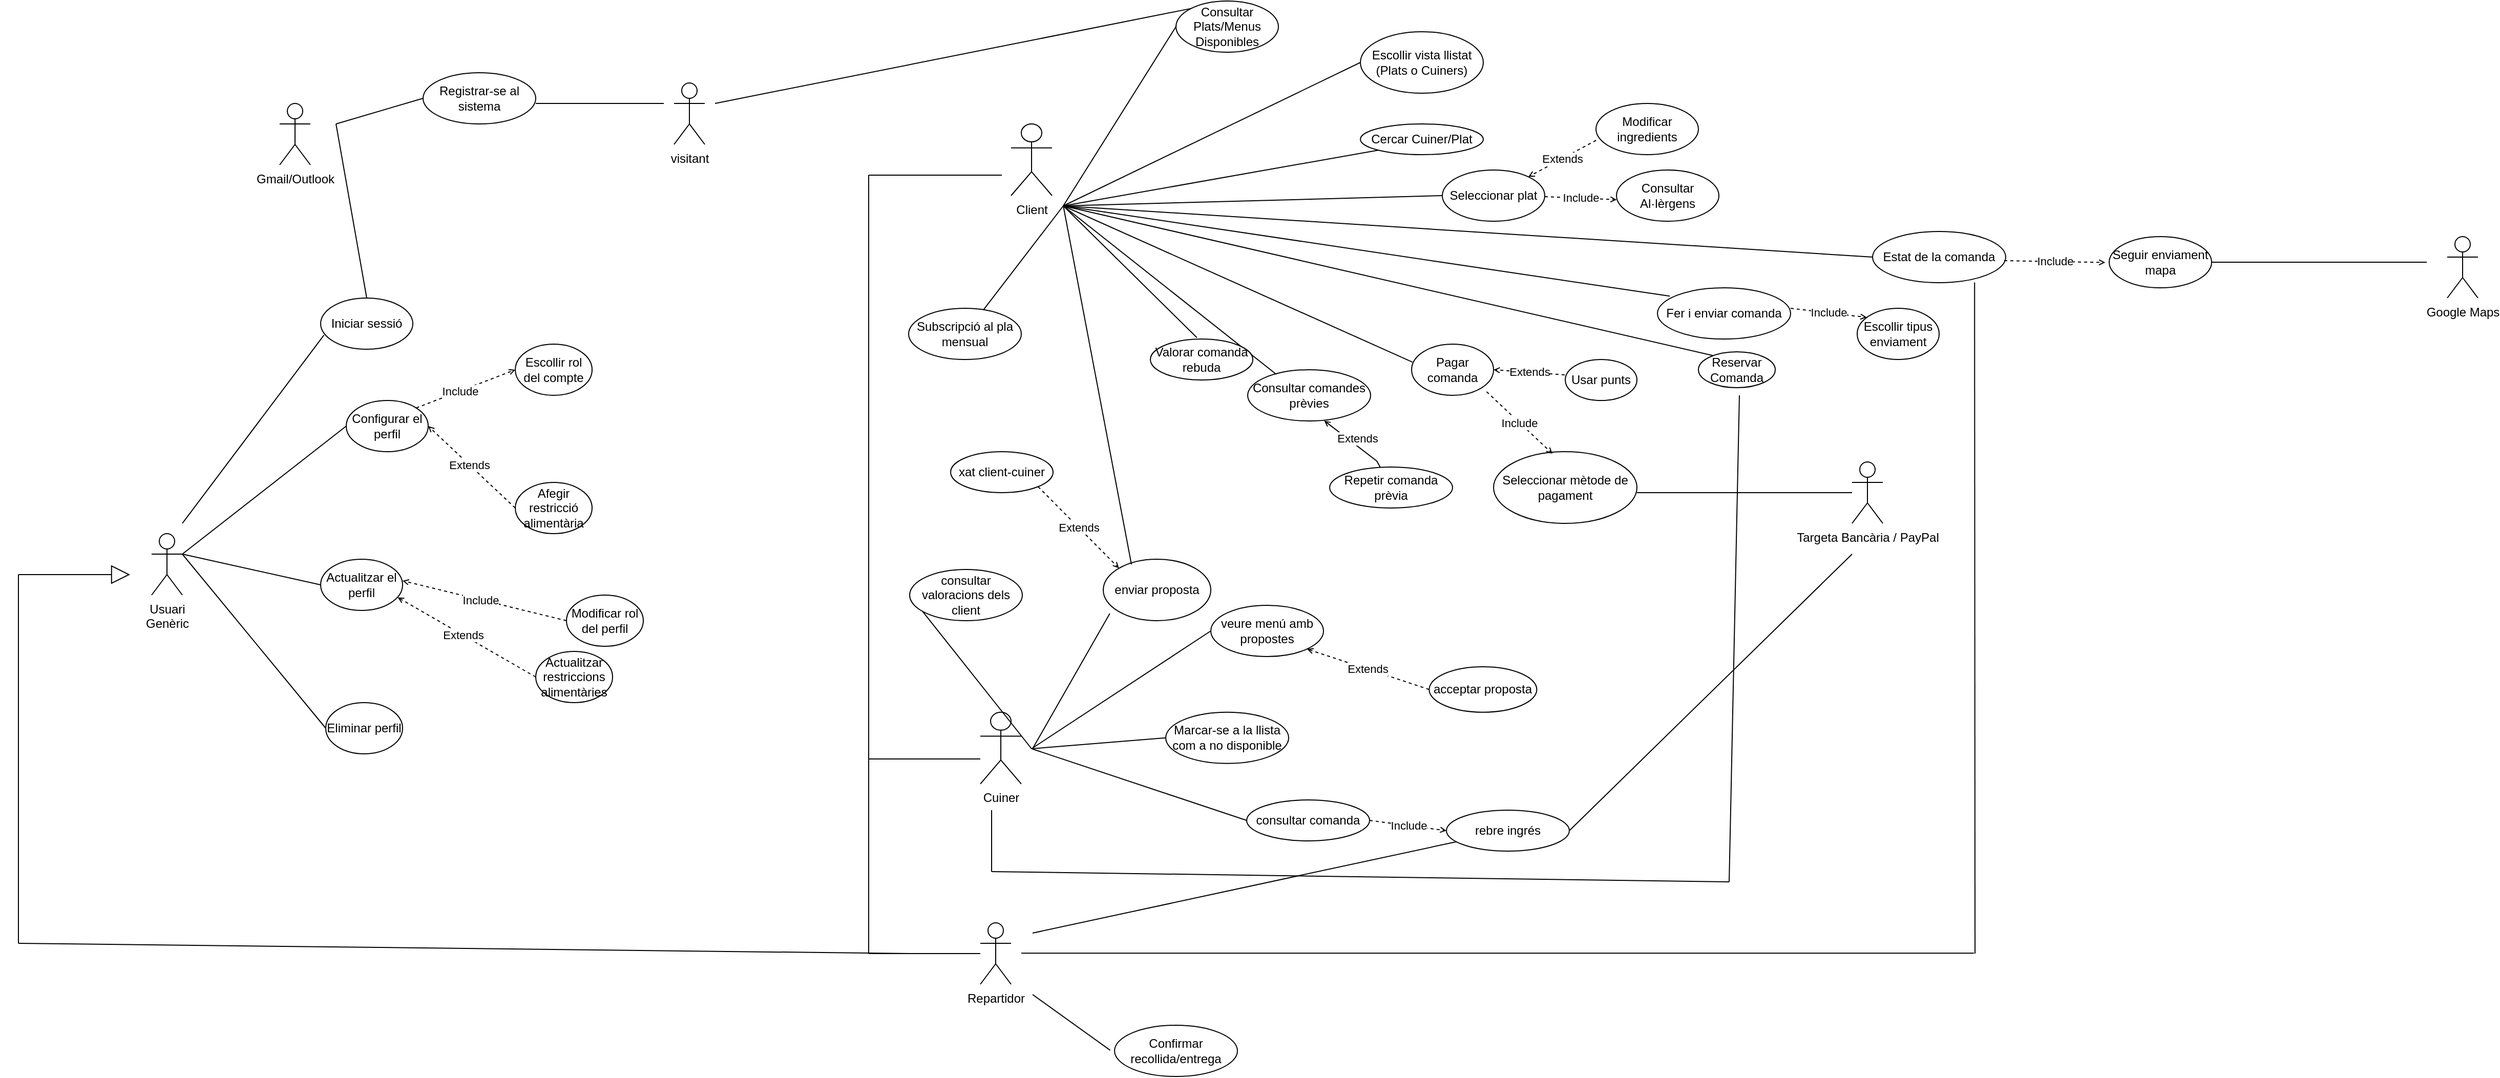
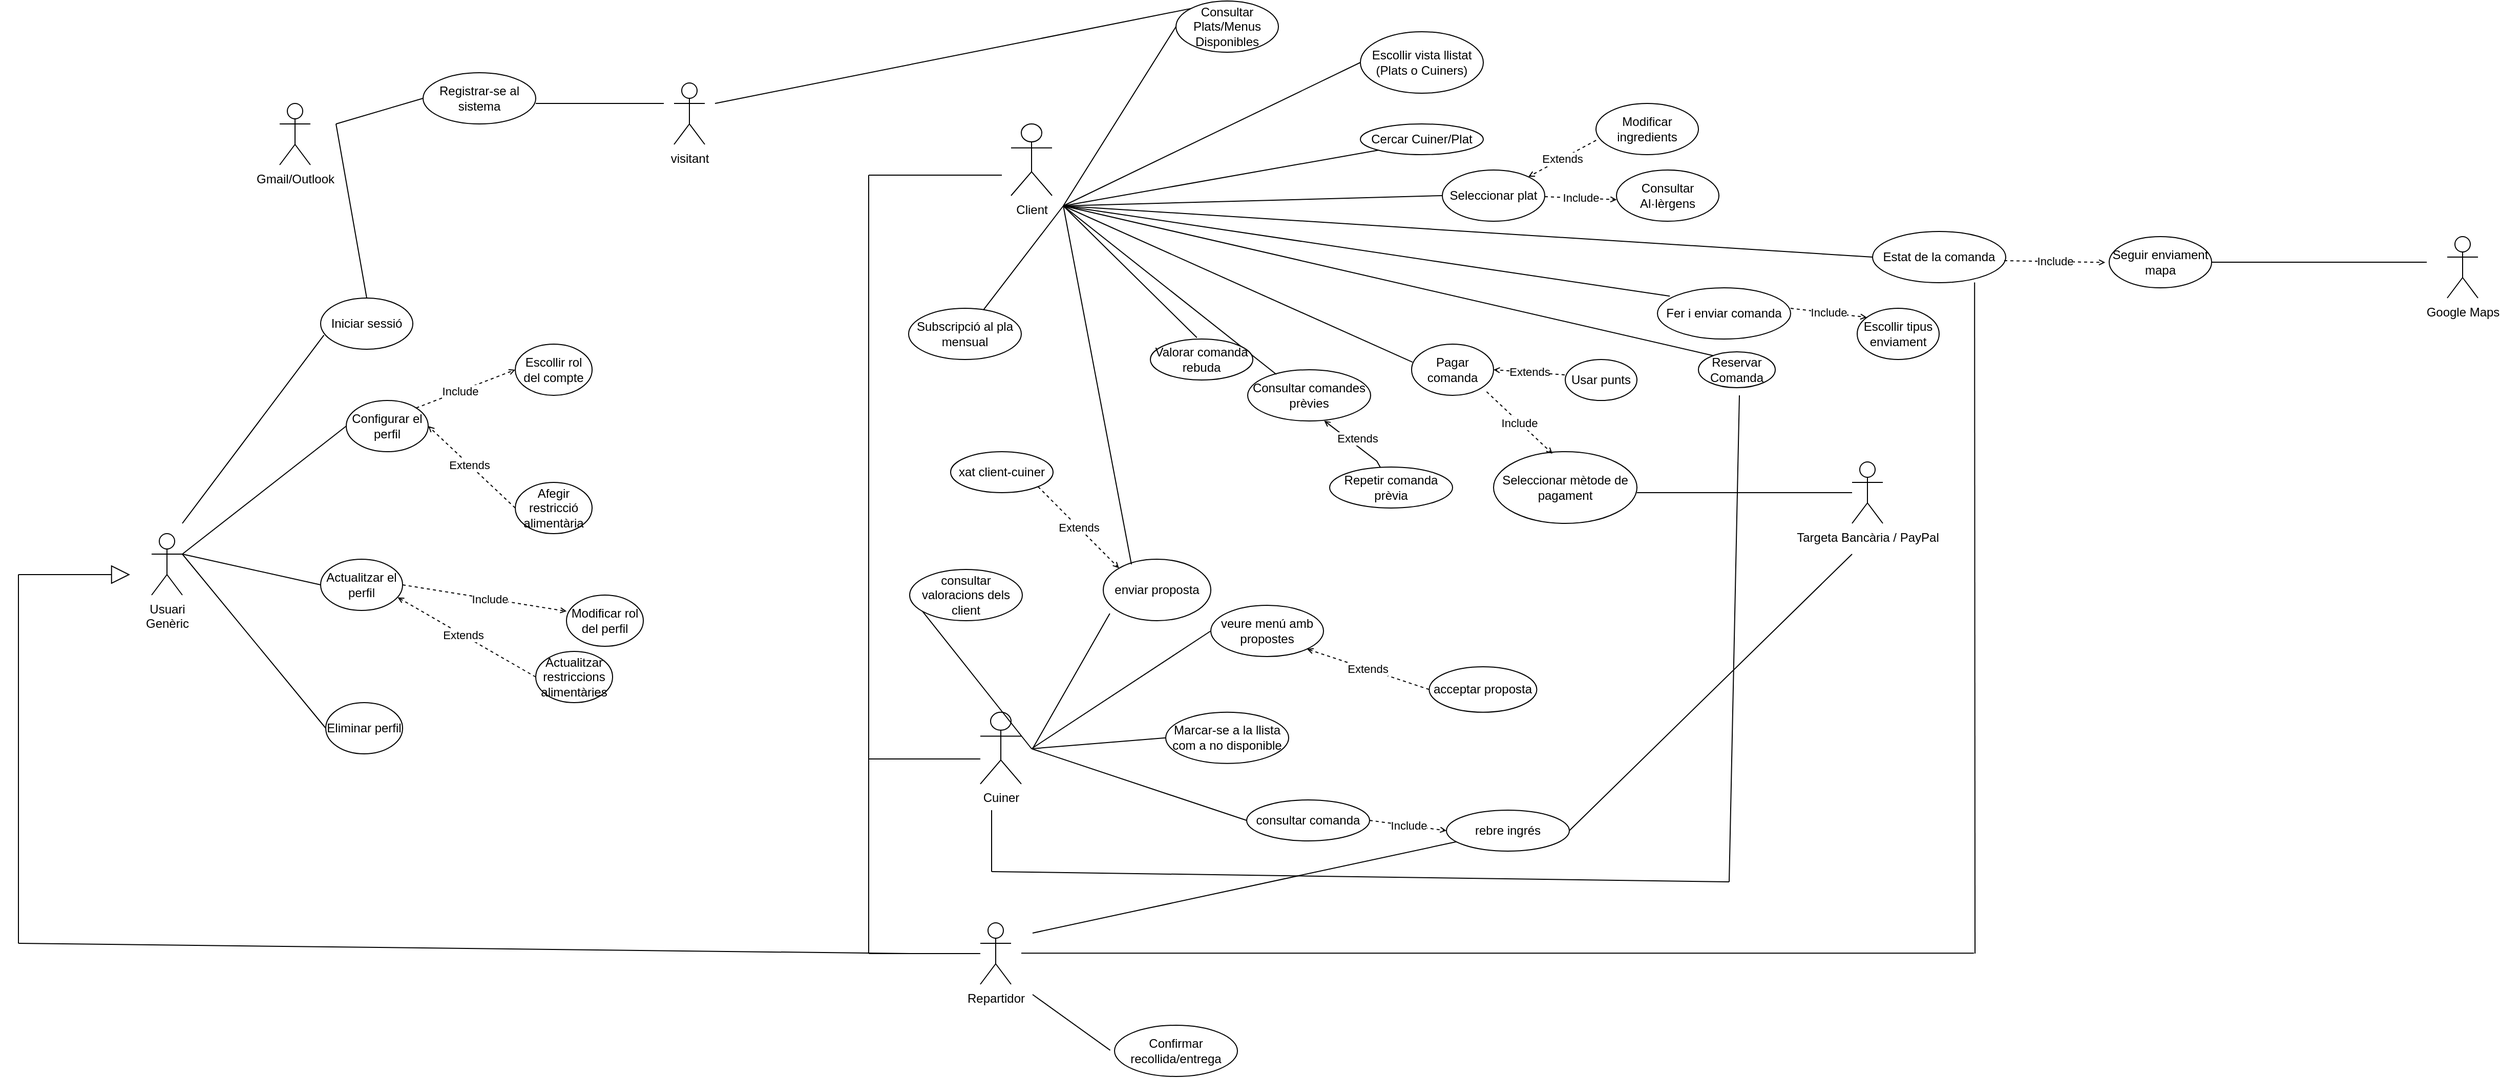
<mxfile host="Electron">
  <diagram name="Página-1" id="0Nidf0E8mdSC4pQg_gNM">
-     <mxGraphModel dx="1815" dy="678" grid="1" gridSize="10" guides="1" tooltips="1" connect="1" arrows="1" fold="1" page="1" pageScale="1" pageWidth="827" pageHeight="1169" math="0" shadow="0">
+     <mxGraphModel dx="1486" dy="452" grid="1" gridSize="10" guides="1" tooltips="1" connect="1" arrows="1" fold="1" page="1" pageScale="1" pageWidth="827" pageHeight="1169" math="0" shadow="0">
      <root>
        <mxCell id="0" />
        <mxCell id="1" parent="0" />
        <mxCell id="X34j-RmaQOBkDingt3nB-1" parent="1" style="shape=umlActor;verticalLabelPosition=bottom;verticalAlign=top;html=1;outlineConnect=0;direction=east;" value="visitant" vertex="1">
          <mxGeometry height="60" width="30" x="540" y="110" as="geometry" />
        </mxCell>
        <mxCell id="X34j-RmaQOBkDingt3nB-2" parent="1" style="ellipse;whiteSpace=wrap;html=1;" value="Registrar-se al sistema" vertex="1">
          <mxGeometry height="50" width="110" x="295" y="100" as="geometry" />
        </mxCell>
        <mxCell id="X34j-RmaQOBkDingt3nB-6" parent="1" style="shape=umlActor;verticalLabelPosition=bottom;verticalAlign=top;html=1;outlineConnect=0;" value="Gmail/Outlook" vertex="1">
          <mxGeometry height="60" width="30" x="155" y="130" as="geometry" />
        </mxCell>
        <mxCell id="X34j-RmaQOBkDingt3nB-8" edge="1" parent="1" source="X34j-RmaQOBkDingt3nB-9" style="edgeStyle=none;shape=connector;rounded=0;orthogonalLoop=1;jettySize=auto;html=1;exitX=1;exitY=0.3333333333333333;exitDx=0;exitDy=0;entryX=0;entryY=0.5;entryDx=0;entryDy=0;strokeColor=default;align=center;verticalAlign=middle;fontFamily=Helvetica;fontSize=11;fontColor=default;labelBackgroundColor=default;endArrow=none;endFill=0;exitPerimeter=0;" target="X34j-RmaQOBkDingt3nB-18">
          <mxGeometry relative="1" as="geometry" />
        </mxCell>
        <mxCell id="X34j-RmaQOBkDingt3nB-9" parent="1" style="shape=umlActor;verticalLabelPosition=bottom;verticalAlign=top;html=1;outlineConnect=0;direction=east;" value="Usuari&lt;div&gt;Genèric&lt;/div&gt;" vertex="1">
          <mxGeometry height="60" width="30" x="30" y="550" as="geometry" />
        </mxCell>
        <mxCell id="X34j-RmaQOBkDingt3nB-16" edge="1" parent="1" source="X34j-RmaQOBkDingt3nB-22" style="edgeStyle=none;shape=connector;rounded=0;orthogonalLoop=1;jettySize=auto;html=1;exitX=0;exitY=0.5;exitDx=0;exitDy=0;entryX=1;entryY=0.5;entryDx=0;entryDy=0;strokeColor=default;align=center;verticalAlign=middle;fontFamily=Helvetica;fontSize=11;fontColor=default;labelBackgroundColor=default;endArrow=open;endFill=0;endSize=4;dashed=1;" target="X34j-RmaQOBkDingt3nB-18">
          <mxGeometry relative="1" as="geometry" />
        </mxCell>
        <mxCell id="X34j-RmaQOBkDingt3nB-17" connectable="0" parent="X34j-RmaQOBkDingt3nB-16" style="edgeLabel;html=1;align=center;verticalAlign=middle;points=[];fontFamily=Helvetica;fontSize=11;fontColor=default;labelBackgroundColor=default;rounded=0;strokeColor=default;" value="Extends" vertex="1">
          <mxGeometry relative="1" x="0.0587" as="geometry">
            <mxPoint as="offset" />
          </mxGeometry>
        </mxCell>
        <mxCell id="X34j-RmaQOBkDingt3nB-18" parent="1" style="ellipse;whiteSpace=wrap;html=1;direction=east;" value="Configurar el perfil" vertex="1">
          <mxGeometry height="50" width="80" x="220" y="420" as="geometry" />
        </mxCell>
        <mxCell id="X34j-RmaQOBkDingt3nB-21" parent="1" style="ellipse;whiteSpace=wrap;html=1;direction=east;" value="Escollir rol del compte" vertex="1">
          <mxGeometry height="50" width="75" x="385" y="365" as="geometry" />
        </mxCell>
        <mxCell id="X34j-RmaQOBkDingt3nB-22" parent="1" style="ellipse;whiteSpace=wrap;html=1;direction=east;" value="Afegir restricció alimentària" vertex="1">
          <mxGeometry height="50" width="75" x="385" y="500" as="geometry" />
        </mxCell>
        <mxCell id="X34j-RmaQOBkDingt3nB-23" edge="1" parent="1" source="X34j-RmaQOBkDingt3nB-24" style="edgeStyle=none;shape=connector;rounded=0;orthogonalLoop=1;jettySize=auto;html=1;exitX=0;exitY=0.5;exitDx=0;exitDy=0;strokeColor=default;align=center;verticalAlign=middle;fontFamily=Helvetica;fontSize=11;fontColor=default;labelBackgroundColor=default;endArrow=none;endFill=0;entryX=0;entryY=0.5;entryDx=0;entryDy=0;">
          <mxGeometry relative="1" as="geometry">
            <mxPoint x="60" y="570" as="targetPoint" />
          </mxGeometry>
        </mxCell>
        <mxCell id="X34j-RmaQOBkDingt3nB-24" parent="1" style="ellipse;whiteSpace=wrap;html=1;direction=east;" value="Eliminar perfil" vertex="1">
          <mxGeometry height="50" width="75" x="200" y="715" as="geometry" />
        </mxCell>
        <mxCell id="X34j-RmaQOBkDingt3nB-25" edge="1" parent="1" source="X34j-RmaQOBkDingt3nB-42" style="edgeStyle=none;shape=connector;rounded=0;orthogonalLoop=1;jettySize=auto;html=1;exitX=0;exitY=0.5;exitDx=0;exitDy=0;entryX=1;entryY=0.3333333333333333;entryDx=0;entryDy=0;strokeColor=default;align=center;verticalAlign=middle;fontFamily=Helvetica;fontSize=11;fontColor=default;labelBackgroundColor=default;endArrow=none;endFill=0;entryPerimeter=0;" target="X34j-RmaQOBkDingt3nB-9">
          <mxGeometry relative="1" as="geometry">
            <mxPoint x="230.00000000000136" y="845" as="sourcePoint" />
          </mxGeometry>
        </mxCell>
        <mxCell id="X34j-RmaQOBkDingt3nB-26" edge="1" parent="1" style="edgeStyle=none;shape=connector;rounded=0;orthogonalLoop=1;jettySize=auto;html=1;exitX=1;exitY=0.5;exitDx=0;exitDy=0;entryX=0;entryY=0.5;entryDx=0;entryDy=0;strokeColor=default;align=center;verticalAlign=middle;fontFamily=Helvetica;fontSize=11;fontColor=default;labelBackgroundColor=default;endArrow=open;endFill=0;endSize=4;">
          <mxGeometry relative="1" as="geometry">
            <mxPoint x="549.9999999999795" y="350" as="sourcePoint" />
          </mxGeometry>
        </mxCell>
        <mxCell id="X34j-RmaQOBkDingt3nB-38" edge="1" parent="1" source="X34j-RmaQOBkDingt3nB-46" style="edgeStyle=none;shape=connector;rounded=0;orthogonalLoop=1;jettySize=auto;html=1;exitX=0;exitY=0.5;exitDx=0;exitDy=0;entryX=0.94;entryY=0.744;entryDx=0;entryDy=0;strokeColor=default;align=center;verticalAlign=middle;fontFamily=Helvetica;fontSize=11;fontColor=default;labelBackgroundColor=default;endArrow=open;endFill=0;endSize=4;dashed=1;entryPerimeter=0;" target="X34j-RmaQOBkDingt3nB-42">
          <mxGeometry relative="1" as="geometry" />
        </mxCell>
        <mxCell id="X34j-RmaQOBkDingt3nB-39" connectable="0" parent="X34j-RmaQOBkDingt3nB-38" style="edgeLabel;html=1;align=center;verticalAlign=middle;points=[];fontFamily=Helvetica;fontSize=11;fontColor=default;labelBackgroundColor=default;rounded=0;strokeColor=default;" value="Extends" vertex="1">
          <mxGeometry relative="1" x="0.0587" as="geometry">
            <mxPoint as="offset" />
          </mxGeometry>
        </mxCell>
        <mxCell id="X34j-RmaQOBkDingt3nB-42" parent="1" style="ellipse;whiteSpace=wrap;html=1;direction=east;" value="Actualitzar el perfil" vertex="1">
          <mxGeometry height="50" width="80" x="195" y="575" as="geometry" />
        </mxCell>
        <mxCell id="X34j-RmaQOBkDingt3nB-45" parent="1" style="ellipse;whiteSpace=wrap;html=1;direction=east;" value="Modificar rol del perfil" vertex="1">
          <mxGeometry height="50" width="75" x="435" y="610" as="geometry" />
        </mxCell>
        <mxCell id="X34j-RmaQOBkDingt3nB-46" parent="1" style="ellipse;whiteSpace=wrap;html=1;direction=east;" value="Actualitzar restriccions alimentàries" vertex="1">
          <mxGeometry height="50" width="75" x="405" y="665" as="geometry" />
        </mxCell>
        <mxCell id="X34j-RmaQOBkDingt3nB-50" parent="1" style="ellipse;whiteSpace=wrap;html=1;" value="Iniciar sessió" vertex="1">
          <mxGeometry height="50" width="90" x="195" y="320" as="geometry" />
        </mxCell>
        <mxCell id="X34j-RmaQOBkDingt3nB-51" edge="1" parent="1" style="endArrow=none;html=1;rounded=0;entryX=0.036;entryY=0.724;entryDx=0;entryDy=0;entryPerimeter=0;" target="X34j-RmaQOBkDingt3nB-50" value="">
          <mxGeometry height="50" relative="1" width="50" as="geometry">
            <mxPoint x="60" y="540" as="sourcePoint" />
            <mxPoint x="110" y="490" as="targetPoint" />
          </mxGeometry>
        </mxCell>
        <mxCell id="L8pRYwOYS8yWRl4paBZv-1" parent="1" style="shape=umlActor;verticalLabelPosition=bottom;verticalAlign=top;html=1;" value="Cuiner" vertex="1">
          <mxGeometry height="70" width="40" x="839" y="724.4000000000001" as="geometry" />
        </mxCell>
        <mxCell id="L8pRYwOYS8yWRl4paBZv-2" edge="1" parent="1" source="L8pRYwOYS8yWRl4paBZv-3" style="endArrow=none;html=1;rounded=0;exitX=0;exitY=0.5;exitDx=0;exitDy=0;" value="">
          <mxGeometry height="50" relative="1" width="50" as="geometry">
            <mxPoint x="1069" y="800" as="sourcePoint" />
            <mxPoint x="889" y="760" as="targetPoint" />
          </mxGeometry>
        </mxCell>
        <mxCell id="L8pRYwOYS8yWRl4paBZv-3" parent="1" style="ellipse;whiteSpace=wrap;html=1;" value="Marcar-se a la llista com a no disponible" vertex="1">
          <mxGeometry height="50" width="120" x="1020" y="724.4" as="geometry" />
        </mxCell>
        <mxCell id="L8pRYwOYS8yWRl4paBZv-4" edge="1" parent="1" source="L8pRYwOYS8yWRl4paBZv-5" style="endArrow=none;html=1;rounded=0;exitX=0;exitY=0.5;exitDx=0;exitDy=0;" value="">
          <mxGeometry height="50" relative="1" width="50" as="geometry">
            <mxPoint x="1099" y="930" as="sourcePoint" />
            <mxPoint x="889" y="760" as="targetPoint" />
          </mxGeometry>
        </mxCell>
        <mxCell id="L8pRYwOYS8yWRl4paBZv-5" parent="1" style="ellipse;whiteSpace=wrap;html=1;" value="consultar valoracions dels client" vertex="1">
          <mxGeometry height="50" width="110" x="770" y="585" as="geometry" />
        </mxCell>
        <mxCell id="L8pRYwOYS8yWRl4paBZv-6" edge="1" parent="1" source="L8pRYwOYS8yWRl4paBZv-7" style="endArrow=none;html=1;rounded=0;exitX=0;exitY=0.5;exitDx=0;exitDy=0;" value="">
          <mxGeometry height="50" relative="1" width="50" as="geometry">
            <mxPoint x="1099" y="1010" as="sourcePoint" />
            <mxPoint x="889" y="760" as="targetPoint" />
          </mxGeometry>
        </mxCell>
        <mxCell id="L8pRYwOYS8yWRl4paBZv-7" parent="1" style="ellipse;whiteSpace=wrap;html=1;" value="&lt;div&gt;veure menú amb propostes&lt;/div&gt;" vertex="1">
          <mxGeometry height="50" width="110" x="1064" y="620" as="geometry" />
        </mxCell>
        <mxCell id="L8pRYwOYS8yWRl4paBZv-9" parent="1" style="ellipse;whiteSpace=wrap;html=1;" value="acceptar proposta" vertex="1">
          <mxGeometry height="44.4" width="105" x="1277.19" y="680" as="geometry" />
        </mxCell>
        <mxCell id="L8pRYwOYS8yWRl4paBZv-11" edge="1" parent="1" source="L8pRYwOYS8yWRl4paBZv-12" style="endArrow=none;html=1;rounded=0;exitX=0;exitY=0.5;exitDx=0;exitDy=0;" value="">
          <mxGeometry height="50" relative="1" width="50" as="geometry">
            <mxPoint x="1229" y="1150" as="sourcePoint" />
            <mxPoint x="889" y="760" as="targetPoint" />
          </mxGeometry>
        </mxCell>
        <mxCell id="L8pRYwOYS8yWRl4paBZv-12" parent="1" style="ellipse;whiteSpace=wrap;html=1;" value="consultar comanda" vertex="1">
          <mxGeometry height="40" width="120" x="1099" y="810" as="geometry" />
        </mxCell>
        <mxCell id="L8pRYwOYS8yWRl4paBZv-14" edge="1" parent="1" source="L8pRYwOYS8yWRl4paBZv-16" style="endArrow=none;html=1;rounded=0;exitX=1;exitY=0.5;exitDx=0;exitDy=0;" value="">
          <mxGeometry height="50" relative="1" width="50" as="geometry">
            <mxPoint x="1459" y="840" as="sourcePoint" />
            <mxPoint x="1690" y="570" as="targetPoint" />
          </mxGeometry>
        </mxCell>
        <mxCell id="L8pRYwOYS8yWRl4paBZv-15" edge="1" parent="1" source="L8pRYwOYS8yWRl4paBZv-9" style="endArrow=open;endSize=4;endFill=0;html=1;rounded=0;entryX=1;entryY=1;entryDx=0;entryDy=0;exitX=0;exitY=0.5;exitDx=0;exitDy=0;strokeColor=default;align=center;verticalAlign=middle;fontFamily=Helvetica;fontSize=11;fontColor=default;labelBackgroundColor=default;dashed=1;" target="L8pRYwOYS8yWRl4paBZv-7" value="Extends">
          <mxGeometry relative="1" width="160" as="geometry">
            <mxPoint x="1320" y="680" as="sourcePoint" />
            <mxPoint x="1234" y="697" as="targetPoint" />
          </mxGeometry>
        </mxCell>
        <mxCell id="L8pRYwOYS8yWRl4paBZv-16" parent="1" style="ellipse;whiteSpace=wrap;html=1;" value="rebre ingrés" vertex="1">
          <mxGeometry height="40" width="120" x="1294" y="820" as="geometry" />
        </mxCell>
        <mxCell id="L8pRYwOYS8yWRl4paBZv-17" edge="1" parent="1" source="L8pRYwOYS8yWRl4paBZv-12" style="endArrow=open;endSize=4;endFill=0;html=1;rounded=0;exitX=1;exitY=0.5;exitDx=0;exitDy=0;entryX=0;entryY=0.5;entryDx=0;entryDy=0;strokeColor=default;align=center;verticalAlign=middle;fontFamily=Helvetica;fontSize=11;fontColor=default;labelBackgroundColor=default;dashed=1;" target="L8pRYwOYS8yWRl4paBZv-16" value="Include">
          <mxGeometry relative="1" width="160" as="geometry">
            <mxPoint x="1509" y="780" as="sourcePoint" />
            <mxPoint x="1553" y="809" as="targetPoint" />
          </mxGeometry>
        </mxCell>
        <mxCell id="L8pRYwOYS8yWRl4paBZv-20" parent="1" style="shape=umlActor;verticalLabelPosition=bottom;verticalAlign=top;html=1;direction=east;" value="Client" vertex="1">
          <mxGeometry height="70" width="40" x="869" y="150" as="geometry" />
        </mxCell>
        <mxCell id="L8pRYwOYS8yWRl4paBZv-21" parent="1" style="shape=umlActor;verticalLabelPosition=bottom;verticalAlign=top;html=1;" value="Targeta Bancària / PayPal" vertex="1">
          <mxGeometry height="60" width="30" x="1690" y="480" as="geometry" />
        </mxCell>
        <mxCell id="L8pRYwOYS8yWRl4paBZv-22" parent="1" style="shape=umlActor;verticalLabelPosition=bottom;verticalAlign=top;html=1;direction=east;" value="Google Maps" vertex="1">
          <mxGeometry height="60" width="30" x="2271" y="260" as="geometry" />
        </mxCell>
        <mxCell id="L8pRYwOYS8yWRl4paBZv-23" parent="1" style="ellipse;whiteSpace=wrap;html=1;direction=east;" value="Consultar Plats/Menus Disponibles" vertex="1">
          <mxGeometry height="50" width="100" x="1030" y="30" as="geometry" />
        </mxCell>
        <mxCell id="L8pRYwOYS8yWRl4paBZv-24" edge="1" parent="1" style="endArrow=none;html=1;rounded=0;entryX=0;entryY=0.5;entryDx=0;entryDy=0;exitX=0;exitY=0.5;exitDx=0;exitDy=0;" target="L8pRYwOYS8yWRl4paBZv-23" value="">
          <mxGeometry height="50" relative="1" width="50" as="geometry">
            <mxPoint x="920" y="230" as="sourcePoint" />
            <mxPoint x="980" y="130" as="targetPoint" />
          </mxGeometry>
        </mxCell>
        <mxCell id="L8pRYwOYS8yWRl4paBZv-25" parent="1" style="ellipse;whiteSpace=wrap;html=1;direction=east;" value="Seleccionar plat" vertex="1">
          <mxGeometry height="50" width="100" x="1290" y="195" as="geometry" />
        </mxCell>
        <mxCell id="L8pRYwOYS8yWRl4paBZv-27" parent="1" style="ellipse;whiteSpace=wrap;html=1;direction=east;" value="Modificar ingredients" vertex="1">
          <mxGeometry height="50" width="100" x="1440" y="130" as="geometry" />
        </mxCell>
        <mxCell id="L8pRYwOYS8yWRl4paBZv-29" parent="1" style="ellipse;whiteSpace=wrap;html=1;direction=east;" value="Consultar Al·lèrgens" vertex="1">
          <mxGeometry height="50" width="100" x="1460" y="195" as="geometry" />
        </mxCell>
        <mxCell id="L8pRYwOYS8yWRl4paBZv-30" edge="1" parent="1" style="endArrow=none;html=1;rounded=0;entryX=0;entryY=0.5;entryDx=0;entryDy=0;exitX=0;exitY=0.5;exitDx=0;exitDy=0;" target="L8pRYwOYS8yWRl4paBZv-32" value="">
          <mxGeometry height="50" relative="1" width="50" as="geometry">
            <Array as="points" />
            <mxPoint x="920" y="230" as="sourcePoint" />
            <mxPoint x="1110" y="290" as="targetPoint" />
          </mxGeometry>
        </mxCell>
        <mxCell id="L8pRYwOYS8yWRl4paBZv-31" parent="1" style="ellipse;whiteSpace=wrap;html=1;direction=east;" value="Cercar Cuiner/Plat" vertex="1">
          <mxGeometry height="30" width="120" x="1210" y="150" as="geometry" />
        </mxCell>
        <mxCell id="L8pRYwOYS8yWRl4paBZv-32" parent="1" style="ellipse;whiteSpace=wrap;html=1;direction=east;" value="Escollir vista llistat&lt;div&gt;(Plats o Cuiners)&lt;/div&gt;" vertex="1">
          <mxGeometry height="60" width="120" x="1210" y="60" as="geometry" />
        </mxCell>
        <mxCell id="L8pRYwOYS8yWRl4paBZv-33" edge="1" parent="1" style="endArrow=none;html=1;rounded=0;entryX=0;entryY=1;entryDx=0;entryDy=0;exitX=0;exitY=1;exitDx=0;exitDy=0;" target="L8pRYwOYS8yWRl4paBZv-31" value="">
          <mxGeometry height="50" relative="1" width="50" as="geometry">
            <mxPoint x="920" y="230" as="sourcePoint" />
            <mxPoint x="860" y="-40" as="targetPoint" />
          </mxGeometry>
        </mxCell>
        <mxCell id="L8pRYwOYS8yWRl4paBZv-34" parent="1" style="ellipse;whiteSpace=wrap;html=1;direction=east;" value="Fer i enviar comanda" vertex="1">
          <mxGeometry height="50" width="130" x="1500" y="310" as="geometry" />
        </mxCell>
        <mxCell id="L8pRYwOYS8yWRl4paBZv-35" edge="1" parent="1" style="endArrow=none;html=1;rounded=0;entryX=0.093;entryY=0.163;entryDx=0;entryDy=0;entryPerimeter=0;exitX=0.093;exitY=0.163;exitDx=0;exitDy=0;exitPerimeter=0;" target="L8pRYwOYS8yWRl4paBZv-34" value="">
          <mxGeometry height="50" relative="1" width="50" as="geometry">
            <mxPoint x="920" y="230" as="sourcePoint" />
            <mxPoint x="1126.04" y="309.9000000000001" as="targetPoint" />
          </mxGeometry>
        </mxCell>
        <mxCell id="L8pRYwOYS8yWRl4paBZv-36" parent="1" style="ellipse;whiteSpace=wrap;html=1;direction=east;" value="Reservar Comanda" vertex="1">
          <mxGeometry height="35" width="75" x="1540" y="372.5" as="geometry" />
        </mxCell>
        <mxCell id="L8pRYwOYS8yWRl4paBZv-37" edge="1" parent="1" style="endArrow=none;html=1;rounded=0;entryX=0.193;entryY=0.106;entryDx=0;entryDy=0;entryPerimeter=0;exitX=0.193;exitY=0.106;exitDx=0;exitDy=0;exitPerimeter=0;" target="L8pRYwOYS8yWRl4paBZv-36" value="">
          <mxGeometry height="50" relative="1" width="50" as="geometry">
            <mxPoint x="920" y="230" as="sourcePoint" />
            <mxPoint x="1060" y="330" as="targetPoint" />
          </mxGeometry>
        </mxCell>
        <mxCell id="L8pRYwOYS8yWRl4paBZv-38" parent="1" style="ellipse;whiteSpace=wrap;html=1;direction=east;" value="Seguir enviament mapa" vertex="1">
          <mxGeometry height="50" width="100" x="1941" y="260" as="geometry" />
        </mxCell>
        <mxCell id="L8pRYwOYS8yWRl4paBZv-39" edge="1" parent="1" style="endArrow=none;html=1;rounded=0;" value="">
          <mxGeometry height="50" relative="1" width="50" as="geometry">
            <mxPoint x="2041" y="285" as="sourcePoint" />
            <mxPoint x="2251" y="285" as="targetPoint" />
          </mxGeometry>
        </mxCell>
        <mxCell id="L8pRYwOYS8yWRl4paBZv-40" parent="1" style="ellipse;whiteSpace=wrap;html=1;direction=east;" value="Escollir tipus enviament" vertex="1">
          <mxGeometry height="50" width="80" x="1695" y="330" as="geometry" />
        </mxCell>
        <mxCell id="L8pRYwOYS8yWRl4paBZv-41" edge="1" parent="1" style="endArrow=open;endSize=4;endFill=0;html=1;rounded=0;exitX=0.116;exitY=0.177;exitDx=0;exitDy=0;entryX=0.116;entryY=0.177;entryDx=0;entryDy=0;entryPerimeter=0;exitPerimeter=0;strokeColor=default;align=center;verticalAlign=middle;fontFamily=Helvetica;fontSize=11;fontColor=default;labelBackgroundColor=default;dashed=1;" target="L8pRYwOYS8yWRl4paBZv-40" value="Include">
          <mxGeometry relative="1" width="160" as="geometry">
            <mxPoint x="1630" y="330" as="sourcePoint" />
            <mxPoint x="1625" y="275" as="targetPoint" />
          </mxGeometry>
        </mxCell>
        <mxCell id="L8pRYwOYS8yWRl4paBZv-42" parent="1" style="ellipse;whiteSpace=wrap;html=1;direction=east;" value="Pagar comanda" vertex="1">
          <mxGeometry height="50" width="80" x="1260" y="365" as="geometry" />
        </mxCell>
        <mxCell id="L8pRYwOYS8yWRl4paBZv-43" parent="1" style="ellipse;whiteSpace=wrap;html=1;" value="Seleccionar mètode de pagament" vertex="1">
          <mxGeometry height="70" width="140" x="1340" y="470" as="geometry" />
        </mxCell>
        <mxCell id="L8pRYwOYS8yWRl4paBZv-45" edge="1" parent="1" source="L8pRYwOYS8yWRl4paBZv-42" style="endArrow=open;endSize=4;endFill=0;html=1;rounded=0;exitX=0.916;exitY=0.93;exitDx=0;exitDy=0;exitPerimeter=0;entryX=0.411;entryY=0.028;entryDx=0;entryDy=0;entryPerimeter=0;strokeColor=default;align=center;verticalAlign=middle;fontFamily=Helvetica;fontSize=11;fontColor=default;labelBackgroundColor=default;dashed=1;" target="L8pRYwOYS8yWRl4paBZv-43" value="Include">
          <mxGeometry relative="1" width="160" as="geometry">
            <Array as="points" />
            <mxPoint x="1430" y="430" as="sourcePoint" />
            <mxPoint x="1400" y="470" as="targetPoint" />
          </mxGeometry>
        </mxCell>
        <mxCell id="L8pRYwOYS8yWRl4paBZv-46" edge="1" parent="1" style="endArrow=none;html=1;rounded=0;" target="L8pRYwOYS8yWRl4paBZv-21" value="">
          <mxGeometry height="50" relative="1" width="50" as="geometry">
            <mxPoint x="1480" y="510" as="sourcePoint" />
            <mxPoint x="1360" y="450" as="targetPoint" />
          </mxGeometry>
        </mxCell>
        <mxCell id="L8pRYwOYS8yWRl4paBZv-47" parent="1" style="ellipse;whiteSpace=wrap;html=1;direction=east;" value="Consultar comandes prèvies" vertex="1">
          <mxGeometry height="50" width="120" x="1100" y="390" as="geometry" />
        </mxCell>
        <mxCell id="L8pRYwOYS8yWRl4paBZv-48" edge="1" parent="1" style="endArrow=none;html=1;rounded=0;entryX=0.233;entryY=0.09;entryDx=0;entryDy=0;entryPerimeter=0;exitX=0.233;exitY=0.09;exitDx=0;exitDy=0;exitPerimeter=0;" target="L8pRYwOYS8yWRl4paBZv-47" value="">
          <mxGeometry height="50" relative="1" width="50" as="geometry">
            <mxPoint x="920" y="230" as="sourcePoint" />
            <mxPoint x="960" y="390" as="targetPoint" />
          </mxGeometry>
        </mxCell>
        <mxCell id="L8pRYwOYS8yWRl4paBZv-49" edge="1" parent="1" style="endArrow=none;html=1;rounded=0;entryX=0;entryY=0.5;entryDx=0;entryDy=0;exitX=0;exitY=0.5;exitDx=0;exitDy=0;" target="L8pRYwOYS8yWRl4paBZv-25" value="">
          <mxGeometry height="50" relative="1" width="50" as="geometry">
            <mxPoint x="920" y="230" as="sourcePoint" />
            <mxPoint x="1010" y="170" as="targetPoint" />
          </mxGeometry>
        </mxCell>
        <mxCell id="L8pRYwOYS8yWRl4paBZv-51" edge="1" parent="1" source="L8pRYwOYS8yWRl4paBZv-52" style="endArrow=open;endSize=4;endFill=0;html=1;rounded=0;exitX=0.421;exitY=0.054;exitDx=0;exitDy=0;exitPerimeter=0;entryX=0.622;entryY=0.994;entryDx=0;entryDy=0;entryPerimeter=0;strokeColor=default;align=center;verticalAlign=middle;fontFamily=Helvetica;fontSize=11;fontColor=default;labelBackgroundColor=default;" target="L8pRYwOYS8yWRl4paBZv-47" value="Extends">
          <mxGeometry relative="1" width="160" x="0.015" y="-6" as="geometry">
            <mxPoint as="offset" />
            <Array as="points">
              <mxPoint x="1226" y="479.1399999999999" />
            </Array>
            <mxPoint x="1226" y="480" as="sourcePoint" />
            <mxPoint x="1200" y="439.1399999999999" as="targetPoint" />
          </mxGeometry>
        </mxCell>
        <mxCell id="L8pRYwOYS8yWRl4paBZv-52" parent="1" style="ellipse;whiteSpace=wrap;html=1;" value="Repetir comanda prèvia" vertex="1">
          <mxGeometry height="40" width="120" x="1180" y="485" as="geometry" />
        </mxCell>
        <mxCell id="L8pRYwOYS8yWRl4paBZv-53" parent="1" style="ellipse;whiteSpace=wrap;html=1;direction=east;" value="Valorar comanda rebuda" vertex="1">
          <mxGeometry height="40" width="100" x="1005" y="360" as="geometry" />
        </mxCell>
        <mxCell id="L8pRYwOYS8yWRl4paBZv-54" edge="1" parent="1" source="L8pRYwOYS8yWRl4paBZv-53" style="endArrow=none;html=1;rounded=0;exitX=0.454;exitY=-0.035;exitDx=0;exitDy=0;exitPerimeter=0;entryX=0.454;entryY=-0.035;entryDx=0;entryDy=0;entryPerimeter=0;" value="">
          <mxGeometry height="50" relative="1" width="50" as="geometry">
            <mxPoint x="920" y="400" as="sourcePoint" />
            <mxPoint x="920" y="230" as="targetPoint" />
          </mxGeometry>
        </mxCell>
        <mxCell id="L8pRYwOYS8yWRl4paBZv-55" parent="1" style="ellipse;whiteSpace=wrap;html=1;" value="Subscripció al pla mensual" vertex="1">
          <mxGeometry height="50" width="110" x="769" y="330" as="geometry" />
        </mxCell>
        <mxCell id="L8pRYwOYS8yWRl4paBZv-57" edge="1" parent="1" source="L8pRYwOYS8yWRl4paBZv-55" style="endArrow=none;html=1;rounded=0;" value="">
          <mxGeometry height="50" relative="1" width="50" as="geometry">
            <mxPoint x="910" y="372.5" as="sourcePoint" />
            <mxPoint x="920" y="230" as="targetPoint" />
          </mxGeometry>
        </mxCell>
        <mxCell id="L8pRYwOYS8yWRl4paBZv-59" parent="1" style="shape=umlActor;verticalLabelPosition=bottom;verticalAlign=top;html=1;" value="Repartidor" vertex="1">
          <mxGeometry height="60" width="30" x="839" y="930" as="geometry" />
        </mxCell>
        <mxCell id="L8pRYwOYS8yWRl4paBZv-60" parent="1" style="ellipse;whiteSpace=wrap;html=1;" value="Confirmar recollida/entrega" vertex="1">
          <mxGeometry height="50" width="120" x="970" y="1030" as="geometry" />
        </mxCell>
        <mxCell id="L8pRYwOYS8yWRl4paBZv-61" edge="1" parent="1" style="endArrow=none;html=1;rounded=0;entryX=-0.035;entryY=0.489;entryDx=0;entryDy=0;entryPerimeter=0;" target="L8pRYwOYS8yWRl4paBZv-60" value="">
          <mxGeometry height="50" relative="1" width="50" as="geometry">
            <mxPoint x="890" y="1000" as="sourcePoint" />
            <mxPoint x="960" y="1000" as="targetPoint" />
          </mxGeometry>
        </mxCell>
        <mxCell id="L8pRYwOYS8yWRl4paBZv-62" edge="1" parent="1" style="endArrow=none;html=1;rounded=0;" target="L8pRYwOYS8yWRl4paBZv-16" value="">
          <mxGeometry height="50" relative="1" width="50" as="geometry">
            <mxPoint x="890" y="940" as="sourcePoint" />
            <mxPoint x="1033.3000000000002" y="928.1200000000003" as="targetPoint" />
          </mxGeometry>
        </mxCell>
        <mxCell id="L8pRYwOYS8yWRl4paBZv-69" edge="1" parent="1" style="endArrow=none;html=1;rounded=0;" value="">
          <mxGeometry height="50" relative="1" width="50" as="geometry">
            <mxPoint x="730" y="960" as="sourcePoint" />
            <mxPoint x="839" y="960" as="targetPoint" />
          </mxGeometry>
        </mxCell>
        <mxCell id="L8pRYwOYS8yWRl4paBZv-71" edge="1" parent="1" style="endArrow=none;html=1;rounded=0;" value="">
          <mxGeometry height="50" relative="1" width="50" as="geometry">
            <mxPoint x="-100" y="950" as="sourcePoint" />
            <mxPoint x="-100" y="590" as="targetPoint" />
          </mxGeometry>
        </mxCell>
        <mxCell id="L8pRYwOYS8yWRl4paBZv-72" edge="1" parent="1" style="endArrow=none;html=1;rounded=0;" value="">
          <mxGeometry height="50" relative="1" width="50" as="geometry">
            <mxPoint x="730" y="200" as="sourcePoint" />
            <mxPoint x="860" y="200" as="targetPoint" />
          </mxGeometry>
        </mxCell>
        <mxCell id="L8pRYwOYS8yWRl4paBZv-73" edge="1" parent="1" style="endArrow=none;html=1;rounded=0;" value="">
          <mxGeometry height="50" relative="1" width="50" as="geometry">
            <mxPoint x="730" y="770" as="sourcePoint" />
            <mxPoint x="839" y="770" as="targetPoint" />
          </mxGeometry>
        </mxCell>
        <mxCell id="L8pRYwOYS8yWRl4paBZv-74" edge="1" parent="1" style="endArrow=block;endSize=16;endFill=0;html=1;rounded=0;" value="">
          <mxGeometry relative="1" width="160" as="geometry">
            <mxPoint x="-100" y="590" as="sourcePoint" />
            <mxPoint x="9" y="590" as="targetPoint" />
          </mxGeometry>
        </mxCell>
        <mxCell id="o6z-8veLtRSEtCsWWEia-1" edge="1" parent="1" style="endArrow=none;html=1;rounded=0;" value="">
          <mxGeometry height="50" relative="1" width="50" as="geometry">
            <mxPoint x="-100" y="950" as="sourcePoint" />
            <mxPoint x="770" y="960" as="targetPoint" />
          </mxGeometry>
        </mxCell>
        <mxCell id="o6z-8veLtRSEtCsWWEia-2" edge="1" parent="1" style="endArrow=none;html=1;rounded=0;" value="">
          <mxGeometry height="50" relative="1" width="50" as="geometry">
            <mxPoint x="730" y="960" as="sourcePoint" />
            <mxPoint x="730" y="200" as="targetPoint" />
          </mxGeometry>
        </mxCell>
        <mxCell id="BeZXyclNrSwwSDGvmV8Q-4" edge="1" parent="1" source="X34j-RmaQOBkDingt3nB-18" style="rounded=0;orthogonalLoop=1;jettySize=auto;html=1;exitX=1;exitY=0;exitDx=0;exitDy=0;entryX=0;entryY=0.5;entryDx=0;entryDy=0;endArrow=open;endFill=0;strokeColor=default;align=center;verticalAlign=middle;fontFamily=Helvetica;fontSize=11;fontColor=default;labelBackgroundColor=default;endSize=4;dashed=1;" target="X34j-RmaQOBkDingt3nB-21">
          <mxGeometry relative="1" as="geometry">
            <mxPoint x="550" y="500" as="sourcePoint" />
            <mxPoint x="710" y="410" as="targetPoint" />
          </mxGeometry>
        </mxCell>
        <mxCell id="BeZXyclNrSwwSDGvmV8Q-5" connectable="0" parent="BeZXyclNrSwwSDGvmV8Q-4" style="edgeLabel;html=1;align=center;verticalAlign=middle;points=[];fontFamily=Helvetica;fontSize=11;fontColor=default;labelBackgroundColor=default;rounded=0;strokeColor=default;" value="Include" vertex="1">
          <mxGeometry relative="1" x="-0.1233" as="geometry">
            <mxPoint as="offset" />
          </mxGeometry>
        </mxCell>
        <mxCell id="BeZXyclNrSwwSDGvmV8Q-8" edge="1" parent="1" style="endArrow=none;html=1;rounded=0;entryX=0.011;entryY=0.351;entryDx=0;entryDy=0;entryPerimeter=0;" target="L8pRYwOYS8yWRl4paBZv-42" value="">
          <mxGeometry height="50" relative="1" width="50" as="geometry">
            <mxPoint x="920" y="230" as="sourcePoint" />
            <mxPoint x="970" y="180" as="targetPoint" />
          </mxGeometry>
        </mxCell>
        <mxCell id="BeZXyclNrSwwSDGvmV8Q-9" edge="1" parent="1" style="endArrow=open;endSize=4;endFill=0;html=1;rounded=0;exitX=0.116;exitY=0.177;exitDx=0;exitDy=0;entryX=0.002;entryY=0.579;entryDx=0;entryDy=0;entryPerimeter=0;exitPerimeter=0;strokeColor=default;align=center;verticalAlign=middle;fontFamily=Helvetica;fontSize=11;fontColor=default;labelBackgroundColor=default;dashed=1;" target="L8pRYwOYS8yWRl4paBZv-29" value="Include">
          <mxGeometry relative="1" width="160" as="geometry">
            <mxPoint x="1390" y="221" as="sourcePoint" />
            <mxPoint x="1434" y="250" as="targetPoint" />
          </mxGeometry>
        </mxCell>
        <mxCell id="BeZXyclNrSwwSDGvmV8Q-11" parent="1" style="ellipse;whiteSpace=wrap;html=1;direction=east;" value="Estat de la comanda" vertex="1">
          <mxGeometry height="50" width="130" x="1710" y="255" as="geometry" />
        </mxCell>
        <mxCell id="BeZXyclNrSwwSDGvmV8Q-12" edge="1" parent="1" style="endArrow=none;html=1;rounded=0;entryX=0;entryY=0.5;entryDx=0;entryDy=0;" target="BeZXyclNrSwwSDGvmV8Q-11" value="">
          <mxGeometry height="50" relative="1" width="50" as="geometry">
            <mxPoint x="920" y="230" as="sourcePoint" />
            <mxPoint x="970" y="180" as="targetPoint" />
          </mxGeometry>
        </mxCell>
        <mxCell id="BeZXyclNrSwwSDGvmV8Q-13" edge="1" parent="1" style="endArrow=open;endSize=4;endFill=0;html=1;rounded=0;exitX=0.116;exitY=0.177;exitDx=0;exitDy=0;entryX=-0.039;entryY=0.505;entryDx=0;entryDy=0;entryPerimeter=0;exitPerimeter=0;strokeColor=default;align=center;verticalAlign=middle;fontFamily=Helvetica;fontSize=11;fontColor=default;labelBackgroundColor=default;dashed=1;" target="L8pRYwOYS8yWRl4paBZv-38" value="Include">
          <mxGeometry relative="1" width="160" as="geometry">
            <mxPoint x="1838.5" y="283.5" as="sourcePoint" />
            <mxPoint x="1908.5" y="286.5" as="targetPoint" />
          </mxGeometry>
        </mxCell>
        <mxCell id="BeZXyclNrSwwSDGvmV8Q-18" edge="1" parent="1" style="endArrow=none;html=1;rounded=0;" value="">
          <mxGeometry height="50" relative="1" width="50" as="geometry">
            <mxPoint x="879" y="959.68" as="sourcePoint" />
            <mxPoint x="1809" y="959.68" as="targetPoint" />
          </mxGeometry>
        </mxCell>
        <mxCell id="BeZXyclNrSwwSDGvmV8Q-19" parent="1" style="ellipse;whiteSpace=wrap;html=1;" value="enviar proposta" vertex="1">
          <mxGeometry height="60" width="105" x="959" y="575" as="geometry" />
        </mxCell>
        <mxCell id="BeZXyclNrSwwSDGvmV8Q-20" edge="1" parent="1" style="endArrow=none;html=1;rounded=0;entryX=0.061;entryY=0.883;entryDx=0;entryDy=0;entryPerimeter=0;" target="BeZXyclNrSwwSDGvmV8Q-19" value="">
          <mxGeometry height="50" relative="1" width="50" as="geometry">
            <mxPoint x="890" y="760" as="sourcePoint" />
            <mxPoint x="940" y="705" as="targetPoint" />
          </mxGeometry>
        </mxCell>
        <mxCell id="BeZXyclNrSwwSDGvmV8Q-21" edge="1" parent="1" style="endArrow=none;html=1;rounded=0;" value="">
          <mxGeometry height="50" relative="1" width="50" as="geometry">
            <mxPoint x="986.5" y="580" as="sourcePoint" />
            <mxPoint x="920" y="230" as="targetPoint" />
          </mxGeometry>
        </mxCell>
        <mxCell id="qmEoioVCjLr7zOWGXT4S-2" edge="1" parent="1" style="endArrow=none;html=1;rounded=0;entryX=0.766;entryY=0.994;entryDx=0;entryDy=0;entryPerimeter=0;" target="BeZXyclNrSwwSDGvmV8Q-11" value="">
          <mxGeometry height="50" relative="1" width="50" as="geometry">
            <mxPoint x="1810" y="960" as="sourcePoint" />
            <mxPoint x="1810" y="900" as="targetPoint" />
          </mxGeometry>
        </mxCell>
        <mxCell id="qmEoioVCjLr7zOWGXT4S-6" edge="1" parent="1" style="endArrow=none;html=1;rounded=0;" value="">
          <mxGeometry height="50" relative="1" width="50" as="geometry">
            <mxPoint x="405" y="130" as="sourcePoint" />
            <mxPoint x="530" y="130" as="targetPoint" />
          </mxGeometry>
        </mxCell>
        <mxCell id="qmEoioVCjLr7zOWGXT4S-7" edge="1" parent="1" style="endArrow=none;html=1;rounded=0;entryX=0;entryY=0.5;entryDx=0;entryDy=0;" target="X34j-RmaQOBkDingt3nB-2" value="">
          <mxGeometry height="50" relative="1" width="50" as="geometry">
            <mxPoint x="210" y="150" as="sourcePoint" />
            <mxPoint x="260" y="100" as="targetPoint" />
          </mxGeometry>
        </mxCell>
        <mxCell id="qmEoioVCjLr7zOWGXT4S-8" edge="1" parent="1" source="X34j-RmaQOBkDingt3nB-50" style="endArrow=none;html=1;rounded=0;exitX=0.5;exitY=0;exitDx=0;exitDy=0;" value="">
          <mxGeometry height="50" relative="1" width="50" as="geometry">
            <mxPoint x="160" y="200" as="sourcePoint" />
            <mxPoint x="210" y="150" as="targetPoint" />
          </mxGeometry>
        </mxCell>
        <mxCell id="qmEoioVCjLr7zOWGXT4S-9" edge="1" parent="1" style="endArrow=none;html=1;rounded=0;entryX=0;entryY=0;entryDx=0;entryDy=0;" target="L8pRYwOYS8yWRl4paBZv-23" value="">
          <mxGeometry height="50" relative="1" width="50" as="geometry">
            <mxPoint x="580" y="130" as="sourcePoint" />
            <mxPoint x="630" y="80" as="targetPoint" />
          </mxGeometry>
        </mxCell>
        <mxCell id="qmEoioVCjLr7zOWGXT4S-10" edge="1" parent="1" source="qmEoioVCjLr7zOWGXT4S-11" style="endArrow=open;endSize=4;endFill=0;html=1;rounded=0;entryX=1;entryY=0.5;entryDx=0;entryDy=0;strokeColor=default;align=center;verticalAlign=middle;fontFamily=Helvetica;fontSize=11;fontColor=default;labelBackgroundColor=default;dashed=1;exitX=-0.008;exitY=0.374;exitDx=0;exitDy=0;exitPerimeter=0;" target="L8pRYwOYS8yWRl4paBZv-42" value="Extends">
          <mxGeometry relative="1" width="160" as="geometry">
            <mxPoint x="1400" y="410" as="sourcePoint" />
            <mxPoint x="1390" y="400" as="targetPoint" />
          </mxGeometry>
        </mxCell>
        <mxCell id="qmEoioVCjLr7zOWGXT4S-11" parent="1" style="ellipse;whiteSpace=wrap;html=1;" value="Usar punts" vertex="1">
          <mxGeometry height="40" width="70" x="1410" y="380" as="geometry" />
        </mxCell>
        <mxCell id="lKfYyP8IhmuC1iitikGq-3" edge="1" parent="1" source="lKfYyP8IhmuC1iitikGq-4" style="endArrow=open;endSize=4;endFill=0;html=1;rounded=0;strokeColor=default;align=center;verticalAlign=middle;fontFamily=Helvetica;fontSize=11;fontColor=default;labelBackgroundColor=default;dashed=1;exitX=1;exitY=1;exitDx=0;exitDy=0;entryX=0;entryY=0;entryDx=0;entryDy=0;" target="BeZXyclNrSwwSDGvmV8Q-19" value="Extends">
          <mxGeometry relative="1" width="160" as="geometry">
            <mxPoint x="830" y="500" as="sourcePoint" />
            <mxPoint x="860" y="580" as="targetPoint" />
          </mxGeometry>
        </mxCell>
        <mxCell id="lKfYyP8IhmuC1iitikGq-4" parent="1" style="ellipse;whiteSpace=wrap;html=1;" value="xat client-cuiner" vertex="1">
          <mxGeometry height="40" width="100" x="810" y="470" as="geometry" />
        </mxCell>
-         <mxCell id="lKfYyP8IhmuC1iitikGq-5" edge="1" parent="1" source="X34j-RmaQOBkDingt3nB-45" style="edgeStyle=none;shape=connector;rounded=0;orthogonalLoop=1;jettySize=auto;html=1;exitX=0;exitY=0.5;exitDx=0;exitDy=0;entryX=0.94;entryY=0.744;entryDx=0;entryDy=0;strokeColor=default;align=center;verticalAlign=middle;fontFamily=Helvetica;fontSize=11;fontColor=default;labelBackgroundColor=default;endArrow=open;endFill=0;endSize=4;dashed=1;entryPerimeter=0;">
+         <mxCell id="lKfYyP8IhmuC1iitikGq-5" edge="1" parent="1" source="X34j-RmaQOBkDingt3nB-42" style="edgeStyle=none;shape=connector;rounded=0;orthogonalLoop=1;jettySize=auto;html=1;entryX=0.001;entryY=0.316;entryDx=0;entryDy=0;strokeColor=default;align=center;verticalAlign=middle;fontFamily=Helvetica;fontSize=11;fontColor=default;labelBackgroundColor=default;endArrow=open;endFill=0;endSize=4;dashed=1;entryPerimeter=0;exitX=1;exitY=0.5;exitDx=0;exitDy=0;" target="X34j-RmaQOBkDingt3nB-45">
          <mxGeometry relative="1" as="geometry">
-             <mxPoint x="410" y="674" as="sourcePoint" />
+             <mxPoint x="340" y="560" as="sourcePoint" />
            <mxPoint x="275" y="596" as="targetPoint" />
          </mxGeometry>
        </mxCell>
        <mxCell id="lKfYyP8IhmuC1iitikGq-6" connectable="0" parent="lKfYyP8IhmuC1iitikGq-5" style="edgeLabel;html=1;align=center;verticalAlign=middle;points=[];fontFamily=Helvetica;fontSize=11;fontColor=default;labelBackgroundColor=default;rounded=0;strokeColor=default;" value="Include" vertex="1">
          <mxGeometry relative="1" x="0.0587" as="geometry">
            <mxPoint as="offset" />
          </mxGeometry>
        </mxCell>
        <mxCell id="lKfYyP8IhmuC1iitikGq-7" edge="1" parent="1" style="endArrow=none;html=1;rounded=0;" value="">
          <mxGeometry height="50" relative="1" width="50" as="geometry">
            <mxPoint x="1570" y="890" as="sourcePoint" />
            <mxPoint x="1580" y="415" as="targetPoint" />
          </mxGeometry>
        </mxCell>
        <mxCell id="lKfYyP8IhmuC1iitikGq-8" edge="1" parent="1" style="endArrow=none;html=1;rounded=0;" value="">
          <mxGeometry height="50" relative="1" width="50" as="geometry">
            <mxPoint x="850" y="880" as="sourcePoint" />
            <mxPoint x="1570" y="890" as="targetPoint" />
          </mxGeometry>
        </mxCell>
        <mxCell id="lKfYyP8IhmuC1iitikGq-9" edge="1" parent="1" style="endArrow=none;html=1;rounded=0;" value="">
          <mxGeometry height="50" relative="1" width="50" as="geometry">
            <mxPoint x="850" y="880" as="sourcePoint" />
            <mxPoint x="850" y="820" as="targetPoint" />
          </mxGeometry>
        </mxCell>
        <mxCell id="B4EL7UxaMIWHxGcMtTaa-1" edge="1" parent="1" source="L8pRYwOYS8yWRl4paBZv-27" style="endArrow=open;endSize=4;endFill=0;html=1;rounded=0;strokeColor=default;align=center;verticalAlign=middle;fontFamily=Helvetica;fontSize=11;fontColor=default;labelBackgroundColor=default;dashed=1;exitX=0.001;exitY=0.72;exitDx=0;exitDy=0;exitPerimeter=0;" target="L8pRYwOYS8yWRl4paBZv-25" value="Extends">
          <mxGeometry relative="1" width="160" as="geometry">
            <mxPoint x="1419" y="175" as="sourcePoint" />
            <mxPoint x="1350" y="170" as="targetPoint" />
          </mxGeometry>
        </mxCell>
      </root>
    </mxGraphModel>
  </diagram>
</mxfile>
